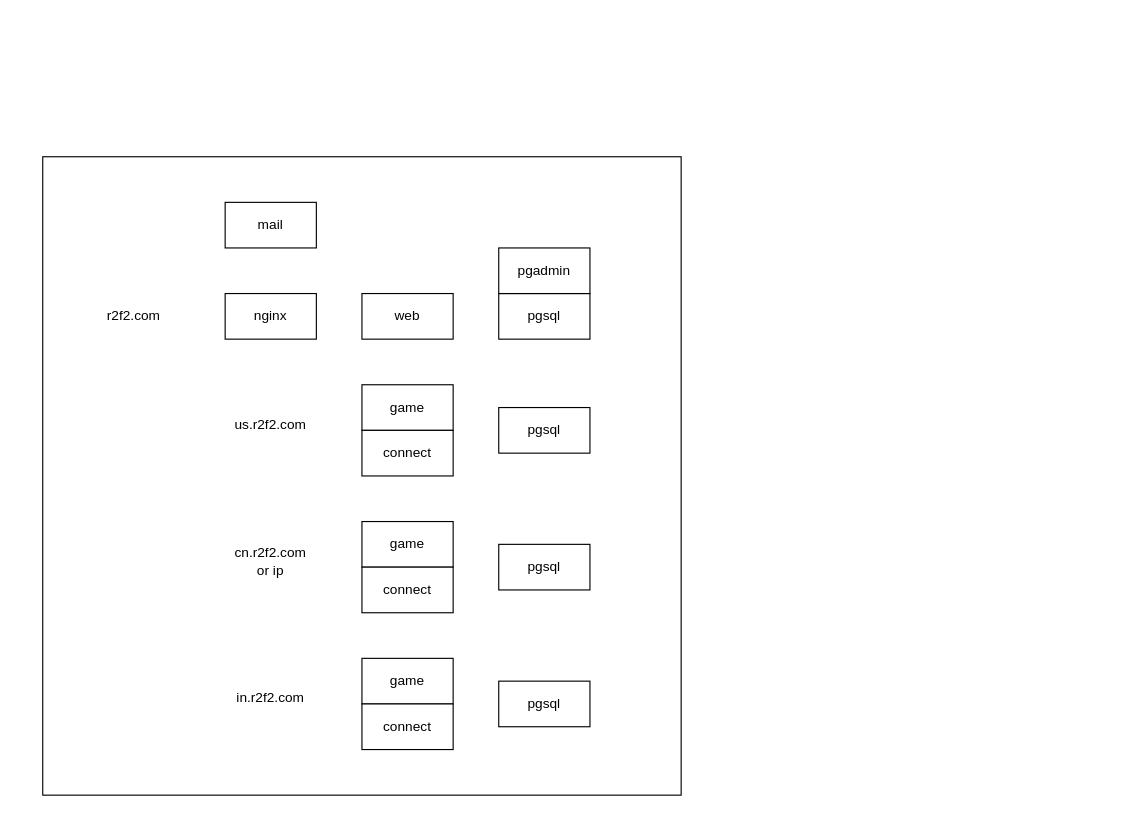
This is docker/deploy.drawio from xujintao/balgass, a draw.io file, before an edit. Source tidied: cells renumbered, new cells numbered last; positions are measured from the earlier drawing's top-left corner, leaving out a move shared by most shapes. Both pictures are drawn from the tidied source at 114%, with x=0, y=0 at pixel (42, 156).
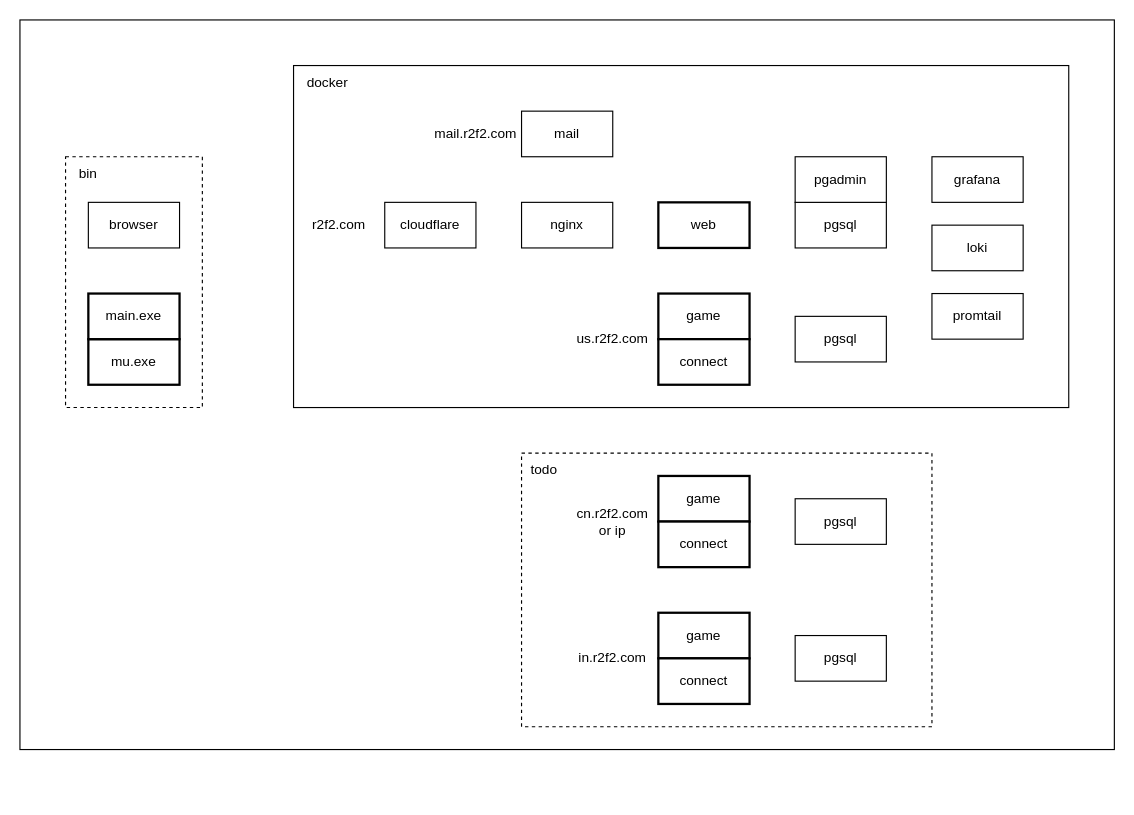
After the change.

Commit message (it also covers changes not shown here):
docs/feat: update system and deploy diagram

The edit, as a diff of the source:
```diff
@@
-    <mxCell id="2" style="rounded=0;whiteSpace=wrap;html=1;" parent="1" vertex="1">
-      <mxGeometry width="560" height="560" as="geometry" />
-    </mxCell>
+    <mxCell id="21" style="rounded=0;whiteSpace=wrap;html=1;" parent="1" vertex="1">
+      <mxGeometry x="-20" y="-120" width="960" height="640" as="geometry" />
+    </mxCell>
+    <mxCell id="22" style="rounded=0;whiteSpace=wrap;html=1;dashed=1;" parent="1" vertex="1">
+      <mxGeometry x="20" width="120" height="220" as="geometry" />
+    </mxCell>
+    <mxCell id="23" style="rounded=0;whiteSpace=wrap;html=1;" parent="1" vertex="1">
+      <mxGeometry x="220" y="-80" width="680" height="300" as="geometry" />
+    </mxCell>
+    <mxCell id="24" style="rounded=0;whiteSpace=wrap;html=1;dashed=1;" parent="1" vertex="1">
+      <mxGeometry x="420" y="260" width="360" height="240" as="geometry" />
+    </mxCell>
     <mxCell id="3" value="nginx" style="rounded=0;whiteSpace=wrap;html=1;" parent="1" vertex="1">
-      <mxGeometry x="160" y="120" width="80" height="40" as="geometry" />
+      <mxGeometry x="420" y="40" width="80" height="40" as="geometry" />
     </mxCell>
-    <mxCell id="4" value="web" style="rounded=0;whiteSpace=wrap;html=1;" parent="1" vertex="1">
-      <mxGeometry x="280" y="120" width="80" height="40" as="geometry" />
+    <mxCell id="4" value="web" style="rounded=0;whiteSpace=wrap;html=1;strokeWidth=2;" parent="1" vertex="1">
+      <mxGeometry x="540" y="40" width="80" height="40" as="geometry" />
     </mxCell>
     <mxCell id="5" value="pgsql" style="rounded=0;whiteSpace=wrap;html=1;" parent="1" vertex="1">
-      <mxGeometry x="400" y="120" width="80" height="40" as="geometry" />
+      <mxGeometry x="660" y="40" width="80" height="40" as="geometry" />
     </mxCell>
-    <mxCell id="6" value="game" style="rounded=0;whiteSpace=wrap;html=1;" parent="1" vertex="1">
-      <mxGeometry x="280" y="200" width="80" height="40" as="geometry" />
+    <mxCell id="6" value="game" style="rounded=0;whiteSpace=wrap;html=1;strokeWidth=2;" parent="1" vertex="1">
+      <mxGeometry x="540" y="120" width="80" height="40" as="geometry" />
     </mxCell>
-    <mxCell id="7" value="connect" style="rounded=0;whiteSpace=wrap;html=1;" parent="1" vertex="1">
-      <mxGeometry x="280" y="240" width="80" height="40" as="geometry" />
+    <mxCell id="7" value="connect" style="rounded=0;whiteSpace=wrap;html=1;strokeWidth=2;" parent="1" vertex="1">
+      <mxGeometry x="540" y="160" width="80" height="40" as="geometry" />
     </mxCell>
     <mxCell id="8" value="pgsql" style="rounded=0;whiteSpace=wrap;html=1;" parent="1" vertex="1">
-      <mxGeometry x="400" y="220" width="80" height="40" as="geometry" />
+      <mxGeometry x="660" y="140" width="80" height="40" as="geometry" />
     </mxCell>
     <mxCell id="9" value="us.r2f2.com" style="text;html=1;strokeColor=none;fillColor=none;align=center;verticalAlign=middle;whiteSpace=wrap;rounded=0;" parent="1" vertex="1">
-      <mxGeometry x="170" y="220" width="60" height="30" as="geometry" />
+      <mxGeometry x="470" y="145" width="60" height="30" as="geometry" />
     </mxCell>
-    <mxCell id="10" value="game" style="rounded=0;whiteSpace=wrap;html=1;" parent="1" vertex="1">
-      <mxGeometry x="280" y="320" width="80" height="40" as="geometry" />
+    <mxCell id="10" value="game" style="rounded=0;whiteSpace=wrap;html=1;strokeWidth=2;" parent="1" vertex="1">
+      <mxGeometry x="540" y="280" width="80" height="40" as="geometry" />
     </mxCell>
-    <mxCell id="11" value="connect" style="rounded=0;whiteSpace=wrap;html=1;" parent="1" vertex="1">
-      <mxGeometry x="280" y="360" width="80" height="40" as="geometry" />
+    <mxCell id="11" value="connect" style="rounded=0;whiteSpace=wrap;html=1;strokeWidth=2;" parent="1" vertex="1">
+      <mxGeometry x="540" y="320" width="80" height="40" as="geometry" />
     </mxCell>
     <mxCell id="12" value="pgsql" style="rounded=0;whiteSpace=wrap;html=1;" parent="1" vertex="1">
-      <mxGeometry x="400" y="340" width="80" height="40" as="geometry" />
+      <mxGeometry x="660" y="300" width="80" height="40" as="geometry" />
     </mxCell>
     <mxCell id="13" value="cn.r2f2.com&lt;br&gt;or ip" style="text;html=1;strokeColor=none;fillColor=none;align=center;verticalAlign=middle;whiteSpace=wrap;rounded=0;" parent="1" vertex="1">
-      <mxGeometry x="170" y="340" width="60" height="30" as="geometry" />
+      <mxGeometry x="470" y="305" width="60" height="30" as="geometry" />
     </mxCell>
-    <mxCell id="14" value="game" style="rounded=0;whiteSpace=wrap;html=1;" parent="1" vertex="1">
-      <mxGeometry x="280" y="440" width="80" height="40" as="geometry" />
+    <mxCell id="14" value="game" style="rounded=0;whiteSpace=wrap;html=1;strokeWidth=2;" parent="1" vertex="1">
+      <mxGeometry x="540" y="400" width="80" height="40" as="geometry" />
     </mxCell>
-    <mxCell id="15" value="connect" style="rounded=0;whiteSpace=wrap;html=1;" parent="1" vertex="1">
-      <mxGeometry x="280" y="480" width="80" height="40" as="geometry" />
+    <mxCell id="15" value="connect" style="rounded=0;whiteSpace=wrap;html=1;strokeWidth=2;" parent="1" vertex="1">
+      <mxGeometry x="540" y="440" width="80" height="40" as="geometry" />
     </mxCell>
     <mxCell id="16" value="pgsql" style="rounded=0;whiteSpace=wrap;html=1;" parent="1" vertex="1">
-      <mxGeometry x="400" y="460" width="80" height="40" as="geometry" />
+      <mxGeometry x="660" y="420" width="80" height="40" as="geometry" />
     </mxCell>
     <mxCell id="17" value="in.r2f2.com" style="text;html=1;strokeColor=none;fillColor=none;align=center;verticalAlign=middle;whiteSpace=wrap;rounded=0;" parent="1" vertex="1">
-      <mxGeometry x="170" y="460" width="60" height="30" as="geometry" />
+      <mxGeometry x="470" y="425" width="60" height="30" as="geometry" />
     </mxCell>
     <mxCell id="18" value="r2f2.com" style="text;html=1;strokeColor=none;fillColor=none;align=center;verticalAlign=middle;whiteSpace=wrap;rounded=0;" parent="1" vertex="1">
-      <mxGeometry x="50" y="125" width="60" height="30" as="geometry" />
+      <mxGeometry x="230" y="45" width="60" height="30" as="geometry" />
     </mxCell>
     <mxCell id="19" value="mail" style="rounded=0;whiteSpace=wrap;html=1;" parent="1" vertex="1">
-      <mxGeometry x="160" y="40" width="80" height="40" as="geometry" />
+      <mxGeometry x="420" y="-40" width="80" height="40" as="geometry" />
     </mxCell>
     <mxCell id="20" value="pgadmin" style="rounded=0;whiteSpace=wrap;html=1;" parent="1" vertex="1">
-      <mxGeometry x="400" y="80" width="80" height="40" as="geometry" />
+      <mxGeometry x="660" width="80" height="40" as="geometry" />
     </mxCell>
+    <mxCell id="25" value="mail.r2f2.com" style="text;html=1;strokeColor=none;fillColor=none;align=center;verticalAlign=middle;whiteSpace=wrap;rounded=0;" parent="1" vertex="1">
+      <mxGeometry x="350" y="-35" width="60" height="30" as="geometry" />
+    </mxCell>
+    <mxCell id="26" value="grafana" style="rounded=0;whiteSpace=wrap;html=1;" parent="1" vertex="1">
+      <mxGeometry x="780" width="80" height="40" as="geometry" />
+    </mxCell>
+    <mxCell id="27" value="loki" style="rounded=0;whiteSpace=wrap;html=1;" parent="1" vertex="1">
+      <mxGeometry x="780" y="60" width="80" height="40" as="geometry" />
+    </mxCell>
+    <mxCell id="28" value="promtail" style="rounded=0;whiteSpace=wrap;html=1;" parent="1" vertex="1">
+      <mxGeometry x="780" y="120" width="80" height="40" as="geometry" />
+    </mxCell>
+    <mxCell id="29" value="browser" style="rounded=0;whiteSpace=wrap;html=1;" parent="1" vertex="1">
+      <mxGeometry x="40" y="40" width="80" height="40" as="geometry" />
+    </mxCell>
+    <mxCell id="30" value="mu.exe" style="rounded=0;whiteSpace=wrap;html=1;strokeWidth=2;" parent="1" vertex="1">
+      <mxGeometry x="40" y="160" width="80" height="40" as="geometry" />
+    </mxCell>
+    <mxCell id="31" value="main.exe" style="rounded=0;whiteSpace=wrap;html=1;strokeWidth=2;" parent="1" vertex="1">
+      <mxGeometry x="40" y="120" width="80" height="40" as="geometry" />
+    </mxCell>
+    <mxCell id="32" value="cloudflare" style="rounded=0;whiteSpace=wrap;html=1;" parent="1" vertex="1">
+      <mxGeometry x="300" y="40" width="80" height="40" as="geometry" />
+    </mxCell>
+    <mxCell id="33" value="docker" style="text;html=1;align=center;verticalAlign=middle;whiteSpace=wrap;rounded=0;" parent="1" vertex="1">
+      <mxGeometry x="220" y="-80" width="60" height="30" as="geometry" />
+    </mxCell>
+    <mxCell id="34" value="bin" style="text;html=1;align=center;verticalAlign=middle;whiteSpace=wrap;rounded=0;" parent="1" vertex="1">
+      <mxGeometry x="10" width="60" height="30" as="geometry" />
+    </mxCell>
+    <mxCell id="35" value="todo" style="text;html=1;align=center;verticalAlign=middle;whiteSpace=wrap;rounded=0;" parent="1" vertex="1">
+      <mxGeometry x="410" y="260" width="60" height="30" as="geometry" />
+    </mxCell>
```
